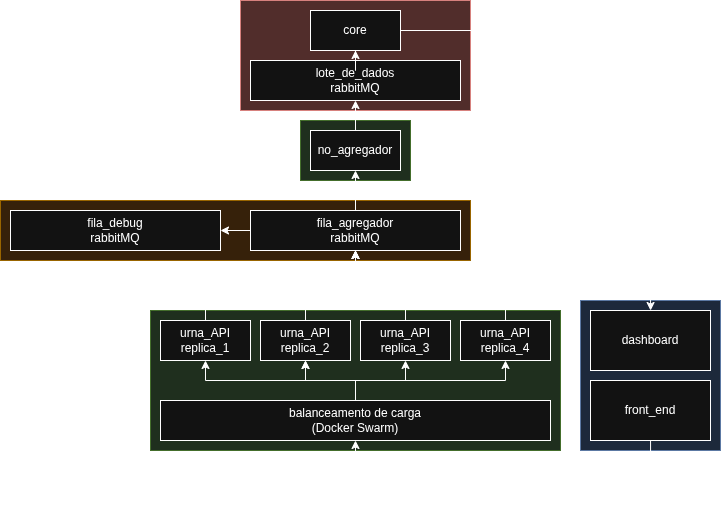
Before: votacao_sistema/arquitetura.png, a diagram exported from draw.io (lucassouzafranco/enquete). Source tidied: cells renumbered, new cells last; positions are measured from the earlier drawing's top-left corner, leaving out a move shared by most shapes. The source it was exported from:
```xml
<mxGraphModel>
  <root>
    <mxCell id="0" />
    <mxCell id="1" parent="0" />
    <mxCell id="2" style="rounded=0;whiteSpace=wrap;html=1;fillColor=#f8cecc;strokeColor=#b85450;" parent="1" vertex="1">
      <mxGeometry x="240" width="230" height="110" as="geometry" />
    </mxCell>
    <mxCell id="3" style="rounded=0;whiteSpace=wrap;html=1;fillColor=#d5e8d4;strokeColor=#82b366;" parent="1" vertex="1">
      <mxGeometry x="300" y="120" width="110" height="60" as="geometry" />
    </mxCell>
    <mxCell id="4" value="&lt;div&gt;lote_de_dados&lt;/div&gt;&lt;div&gt;rabbitMQ&lt;/div&gt;" style="rounded=0;whiteSpace=wrap;html=1;" parent="1" vertex="1">
      <mxGeometry x="250" y="60" width="210" height="40" as="geometry" />
    </mxCell>
    <mxCell id="5" style="rounded=0;whiteSpace=wrap;html=1;fillColor=#ffe6cc;strokeColor=#d79b00;" parent="1" vertex="1">
      <mxGeometry y="200" width="470" height="60" as="geometry" />
    </mxCell>
    <mxCell id="6" style="rounded=0;whiteSpace=wrap;html=1;fillColor=#d5e8d4;strokeColor=#82b366;" parent="1" vertex="1">
      <mxGeometry x="150" y="310" width="410" height="140" as="geometry" />
    </mxCell>
    <mxCell id="7" style="rounded=0;whiteSpace=wrap;html=1;fillColor=#dae8fc;strokeColor=#6c8ebf;" parent="1" vertex="1">
      <mxGeometry x="580" y="300" width="140" height="150" as="geometry" />
    </mxCell>
    <mxCell id="8" style="edgeStyle=orthogonalEdgeStyle;rounded=0;jettySize=auto;html=1;" parent="1" edge="1" source="9" target="24">
      <mxGeometry relative="1" as="geometry" />
    </mxCell>
    <mxCell id="9" value="urna_API&lt;div&gt;replica_3&lt;/div&gt;" style="rounded=0;whiteSpace=wrap;html=1;" parent="1" vertex="1">
      <mxGeometry x="360" y="320" width="90" height="40" as="geometry" />
    </mxCell>
    <mxCell id="10" style="edgeStyle=orthogonalEdgeStyle;rounded=0;jettySize=auto;html=1;" parent="1" edge="1" source="11" target="24">
      <mxGeometry relative="1" as="geometry" />
    </mxCell>
    <mxCell id="11" value="urna_API&lt;div&gt;replica_2&lt;/div&gt;" style="rounded=0;whiteSpace=wrap;html=1;" parent="1" vertex="1">
      <mxGeometry x="260" y="320" width="90" height="40" as="geometry" />
    </mxCell>
    <mxCell id="12" style="edgeStyle=orthogonalEdgeStyle;rounded=0;jettySize=auto;html=1;entryX=0.5;entryY=1;entryDx=0;entryDy=0;" parent="1" edge="1" source="13" target="24">
      <mxGeometry relative="1" as="geometry" />
    </mxCell>
    <mxCell id="13" value="urna_API&lt;div&gt;replica_1&lt;/div&gt;" style="rounded=0;whiteSpace=wrap;html=1;" parent="1" vertex="1">
      <mxGeometry x="160" y="320" width="90" height="40" as="geometry" />
    </mxCell>
    <mxCell id="14" style="edgeStyle=orthogonalEdgeStyle;rounded=0;jettySize=auto;html=1;entryX=0.5;entryY=1;entryDx=0;entryDy=0;" parent="1" edge="1" source="15" target="24">
      <mxGeometry relative="1" as="geometry" />
    </mxCell>
    <mxCell id="15" value="urna_API&lt;div&gt;replica_4&lt;/div&gt;" style="rounded=0;whiteSpace=wrap;html=1;" parent="1" vertex="1">
      <mxGeometry x="460" y="320" width="90" height="40" as="geometry" />
    </mxCell>
    <mxCell id="16" style="edgeStyle=orthogonalEdgeStyle;rounded=0;jettySize=auto;html=1;" parent="1" edge="1" source="21" target="11">
      <mxGeometry relative="1" as="geometry" />
    </mxCell>
    <mxCell id="17" style="edgeStyle=orthogonalEdgeStyle;rounded=0;jettySize=auto;html=1;" parent="1" edge="1" source="21" target="11">
      <mxGeometry relative="1" as="geometry" />
    </mxCell>
    <mxCell id="18" style="edgeStyle=orthogonalEdgeStyle;rounded=0;jettySize=auto;html=1;entryX=0.5;entryY=1;entryDx=0;entryDy=0;" parent="1" edge="1" source="21" target="9">
      <mxGeometry relative="1" as="geometry" />
    </mxCell>
    <mxCell id="19" style="edgeStyle=orthogonalEdgeStyle;rounded=0;jettySize=auto;html=1;entryX=0.5;entryY=1;entryDx=0;entryDy=0;" parent="1" edge="1" source="21" target="13">
      <mxGeometry relative="1" as="geometry" />
    </mxCell>
    <mxCell id="20" style="edgeStyle=orthogonalEdgeStyle;rounded=0;jettySize=auto;html=1;" parent="1" edge="1" source="21" target="15">
      <mxGeometry relative="1" as="geometry" />
    </mxCell>
    <mxCell id="21" value="balanceamento de carga&lt;div&gt;(Docker Swarm)&lt;/div&gt;" style="rounded=0;whiteSpace=wrap;html=1;" parent="1" vertex="1">
      <mxGeometry x="160" y="400" width="390" height="40" as="geometry" />
    </mxCell>
    <mxCell id="22" style="edgeStyle=orthogonalEdgeStyle;rounded=0;jettySize=auto;html=1;" parent="1" edge="1" source="24" target="26">
      <mxGeometry relative="1" as="geometry" />
    </mxCell>
    <mxCell id="23" style="edgeStyle=orthogonalEdgeStyle;rounded=0;jettySize=auto;html=1;" parent="1" edge="1" source="24" target="28">
      <mxGeometry relative="1" as="geometry" />
    </mxCell>
    <mxCell id="24" value="&lt;div&gt;fila_agregador&lt;/div&gt;&lt;div&gt;rabbitMQ&lt;/div&gt;" style="rounded=0;whiteSpace=wrap;html=1;" parent="1" vertex="1">
      <mxGeometry x="250" y="210" width="210" height="40" as="geometry" />
    </mxCell>
    <mxCell id="25" style="edgeStyle=orthogonalEdgeStyle;rounded=0;jettySize=auto;html=1;" parent="1" edge="1" source="4" target="30">
      <mxGeometry relative="1" as="geometry" />
    </mxCell>
    <mxCell id="26" value="&lt;div&gt;fila_debug&lt;/div&gt;&lt;div&gt;rabbitMQ&lt;/div&gt;" style="rounded=0;whiteSpace=wrap;html=1;" parent="1" vertex="1">
      <mxGeometry x="10" y="210" width="210" height="40" as="geometry" />
    </mxCell>
    <mxCell id="27" style="edgeStyle=orthogonalEdgeStyle;rounded=0;jettySize=auto;html=1;" parent="1" edge="1" source="28" target="4">
      <mxGeometry relative="1" as="geometry" />
    </mxCell>
    <mxCell id="28" value="no_agregador" style="rounded=0;whiteSpace=wrap;html=1;" parent="1" vertex="1">
      <mxGeometry x="310" y="130" width="90" height="40" as="geometry" />
    </mxCell>
    <mxCell id="29" style="edgeStyle=orthogonalEdgeStyle;rounded=0;jettySize=auto;html=1;" parent="1" edge="1" source="30" target="31">
      <mxGeometry relative="1" as="geometry" />
    </mxCell>
    <mxCell id="30" value="core" style="rounded=0;whiteSpace=wrap;html=1;" parent="1" vertex="1">
      <mxGeometry x="310" y="10" width="90" height="40" as="geometry" />
    </mxCell>
    <mxCell id="31" value="dashboard" style="whiteSpace=wrap;html=1;rounded=0;" parent="1" vertex="1">
      <mxGeometry x="590" y="310" width="120" height="60" as="geometry" />
    </mxCell>
    <mxCell id="32" style="edgeStyle=orthogonalEdgeStyle;rounded=0;jettySize=auto;html=1;entryX=0.5;entryY=1;entryDx=0;entryDy=0;" parent="1" edge="1" source="33" target="21">
      <mxGeometry relative="1" as="geometry">
        <Array as="points">
          <mxPoint x="650" y="500" />
          <mxPoint x="355" y="500" />
        </Array>
      </mxGeometry>
    </mxCell>
    <mxCell id="33" value="front_end" style="whiteSpace=wrap;html=1;rounded=0;" parent="1" vertex="1">
      <mxGeometry x="590" y="380" width="120" height="60" as="geometry" />
    </mxCell>
  </root>
</mxGraphModel>
```
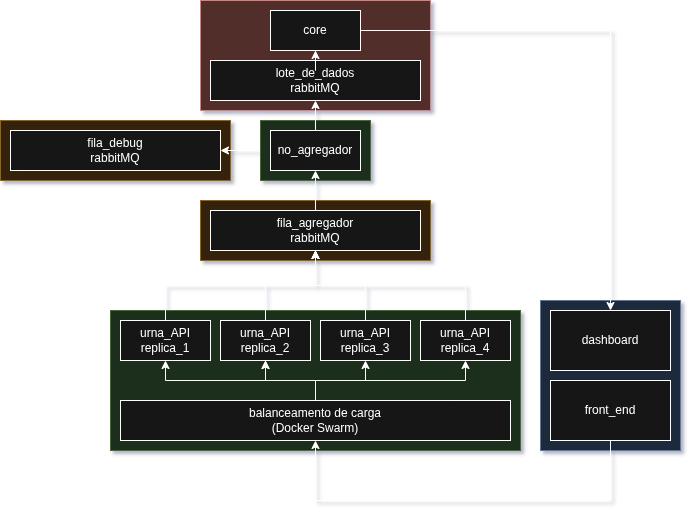
After the commit.

What changed in the source:
```diff
@@ -2,9 +2,15 @@
   <root>
     <mxCell id="0" />
     <mxCell id="1" parent="0" />
+    <mxCell id="34" style="rounded=0;whiteSpace=wrap;html=1;fillColor=#ffe6cc;strokeColor=#d79b00;" parent="1" vertex="1">
+      <mxGeometry x="40" y="120" width="230" height="60" as="geometry" />
+    </mxCell>
     <mxCell id="2" style="rounded=0;whiteSpace=wrap;html=1;fillColor=#f8cecc;strokeColor=#b85450;" parent="1" vertex="1">
       <mxGeometry x="240" width="230" height="110" as="geometry" />
     </mxCell>
+    <mxCell id="35" style="edgeStyle=orthogonalEdgeStyle;rounded=0;jettySize=auto;html=1;" parent="1" edge="1" source="3" target="26">
+      <mxGeometry relative="1" as="geometry" />
+    </mxCell>
     <mxCell id="3" style="rounded=0;whiteSpace=wrap;html=1;fillColor=#d5e8d4;strokeColor=#82b366;" parent="1" vertex="1">
       <mxGeometry x="300" y="120" width="110" height="60" as="geometry" />
     </mxCell>
@@ -12,7 +18,7 @@
       <mxGeometry x="250" y="60" width="210" height="40" as="geometry" />
     </mxCell>
     <mxCell id="5" style="rounded=0;whiteSpace=wrap;html=1;fillColor=#ffe6cc;strokeColor=#d79b00;" parent="1" vertex="1">
-      <mxGeometry y="200" width="470" height="60" as="geometry" />
+      <mxGeometry x="240" y="200" width="230" height="60" as="geometry" />
     </mxCell>
     <mxCell id="6" style="rounded=0;whiteSpace=wrap;html=1;fillColor=#d5e8d4;strokeColor=#82b366;" parent="1" vertex="1">
       <mxGeometry x="150" y="310" width="410" height="140" as="geometry" />
@@ -62,9 +68,6 @@
     <mxCell id="21" value="balanceamento de carga&lt;div&gt;(Docker Swarm)&lt;/div&gt;" style="rounded=0;whiteSpace=wrap;html=1;" parent="1" vertex="1">
       <mxGeometry x="160" y="400" width="390" height="40" as="geometry" />
     </mxCell>
-    <mxCell id="22" style="edgeStyle=orthogonalEdgeStyle;rounded=0;jettySize=auto;html=1;" parent="1" edge="1" source="24" target="26">
-      <mxGeometry relative="1" as="geometry" />
-    </mxCell>
     <mxCell id="23" style="edgeStyle=orthogonalEdgeStyle;rounded=0;jettySize=auto;html=1;" parent="1" edge="1" source="24" target="28">
       <mxGeometry relative="1" as="geometry" />
     </mxCell>
@@ -75,7 +78,7 @@
       <mxGeometry relative="1" as="geometry" />
     </mxCell>
     <mxCell id="26" value="&lt;div&gt;fila_debug&lt;/div&gt;&lt;div&gt;rabbitMQ&lt;/div&gt;" style="rounded=0;whiteSpace=wrap;html=1;" parent="1" vertex="1">
-      <mxGeometry x="10" y="210" width="210" height="40" as="geometry" />
+      <mxGeometry x="50" y="130" width="210" height="40" as="geometry" />
     </mxCell>
     <mxCell id="27" style="edgeStyle=orthogonalEdgeStyle;rounded=0;jettySize=auto;html=1;" parent="1" edge="1" source="28" target="4">
       <mxGeometry relative="1" as="geometry" />
```
